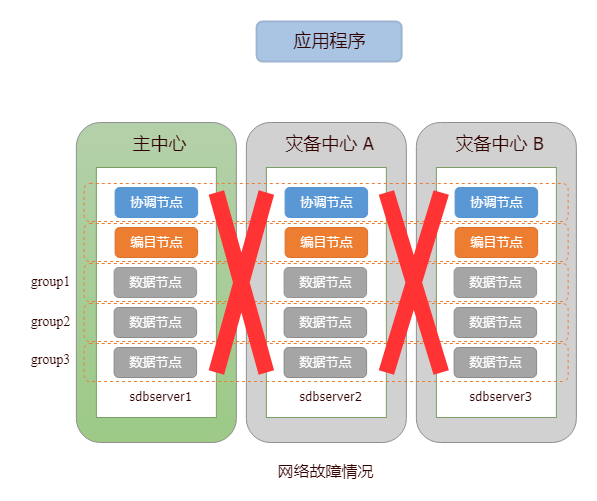
This is doc/src/images/Distributed_Engine/Maintainance/HA_DR/1c3d_network_down.png from Vivian-hihi/SequoiaDB, a draw.io export, as it was before one commit. Source tidied: cells renumbered, new cells last; positions are measured from the earlier drawing's top-left corner, leaving out a move shared by most shapes.
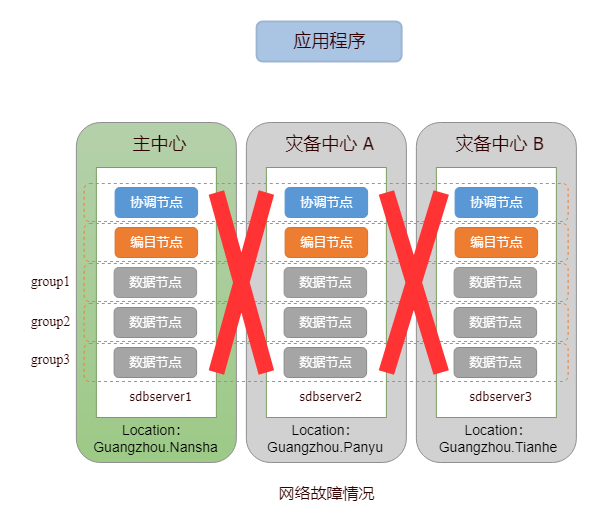
After the change.

What changed in the source:
```diff
@@ -3,7 +3,7 @@
     <mxCell id="0" />
     <mxCell id="1" parent="0" />
     <mxCell id="2" style="rounded=1;whiteSpace=wrap;html=1;strokeWidth=1;gradientDirection=south;strokeColor=#8F8F8F;fillColor=#B5D1AB;gradientColor=#9DCA87;" parent="1" vertex="1">
-      <mxGeometry x="55.9" y="101" width="160" height="320" as="geometry" />
+      <mxGeometry x="55.9" y="101" width="160" height="340" as="geometry" />
     </mxCell>
     <mxCell id="3" style="rounded=0;whiteSpace=wrap;html=1;strokeWidth=1;strokeColor=#7B9E65;" parent="1" vertex="1">
       <mxGeometry x="75.9" y="146" width="120" height="250" as="geometry" />
@@ -30,7 +30,7 @@
       <mxGeometry x="103.6" y="108" width="70" height="30" as="geometry" />
     </mxCell>
     <mxCell id="11" style="rounded=1;whiteSpace=wrap;html=1;strokeWidth=1;gradientDirection=south;fillColor=#D1D1D1;strokeColor=#8F8F8F;" parent="1" vertex="1">
-      <mxGeometry x="225.9" y="101" width="160" height="320" as="geometry" />
+      <mxGeometry x="225.9" y="101" width="160" height="340" as="geometry" />
     </mxCell>
     <mxCell id="12" style="rounded=0;whiteSpace=wrap;html=1;strokeWidth=1;strokeColor=#7B9E65;" parent="1" vertex="1">
       <mxGeometry x="245.9" y="146" width="120" height="250" as="geometry" />
@@ -57,7 +57,7 @@
       <mxGeometry x="258.6" y="108" width="100" height="30" as="geometry" />
     </mxCell>
     <mxCell id="20" style="rounded=1;whiteSpace=wrap;html=1;strokeWidth=1;gradientDirection=south;fillColor=#D1D1D1;strokeColor=#8F8F8F;" parent="1" vertex="1">
-      <mxGeometry x="395.9" y="101" width="160" height="320" as="geometry" />
+      <mxGeometry x="395.9" y="101" width="160" height="340" as="geometry" />
     </mxCell>
     <mxCell id="21" style="rounded=0;whiteSpace=wrap;html=1;strokeWidth=1;strokeColor=#7B9E65;" parent="1" vertex="1">
       <mxGeometry x="415.9" y="146" width="120" height="250" as="geometry" />
@@ -84,7 +84,7 @@
       <mxGeometry x="428.6" y="108" width="100" height="30" as="geometry" />
     </mxCell>
     <mxCell id="29" value="&lt;font color=&quot;#330000&quot;&gt;网络故障情况&lt;/font&gt;" style="text;html=1;align=center;verticalAlign=middle;fillColor=none;strokeColor=none;rounded=0;strokeWidth=1;fontSize=16;fontFamily=Tahoma;" parent="1" vertex="1">
-      <mxGeometry x="249.9" y="439" width="110" height="20" as="geometry" />
+      <mxGeometry x="250.9" y="461" width="110" height="20" as="geometry" />
     </mxCell>
     <mxCell id="30" value="&lt;font color=&quot;#330000&quot; style=&quot;font-size: 14px&quot;&gt;&lt;span style=&quot;font-size: 14px&quot;&gt;&lt;span style=&quot;font-size: 14px&quot;&gt;group1&lt;/span&gt;&lt;/span&gt;&lt;/font&gt;" style="text;html=1;align=center;verticalAlign=middle;fillColor=none;strokeColor=none;rounded=0;strokeWidth=1;fontSize=14;fontFamily=Times New Roman;fontStyle=0;" parent="1" vertex="1">
       <mxGeometry y="251" width="60" height="20" as="geometry" />
@@ -122,5 +122,14 @@
     <mxCell id="41" style="shape=umlDestroy;strokeWidth=16;gradientColor=none;fontSize=18;strokeColor=#FF3333;shadow=0;sketch=0;fillColor=none;" parent="1" vertex="1">
       <mxGeometry x="365.9" y="171" width="54.9" height="180" as="geometry" />
     </mxCell>
+    <mxCell id="42" value="&lt;font style=&quot;font-size: 14px&quot;&gt;Location：Guangzhou.Nansha&lt;/font&gt;" style="rounded=0;whiteSpace=wrap;html=1;fillColor=none;strokeColor=none;" parent="1" vertex="1">
+      <mxGeometry x="48.2" y="386" width="175.2" height="62.5" as="geometry" />
+    </mxCell>
+    <mxCell id="43" value="&lt;font style=&quot;font-size: 14px&quot;&gt;Location：Guangzhou.Panyu&lt;/font&gt;" style="rounded=0;whiteSpace=wrap;html=1;fillColor=none;strokeColor=none;" parent="1" vertex="1">
+      <mxGeometry x="221.7" y="387.2" width="166.2" height="60" as="geometry" />
+    </mxCell>
+    <mxCell id="44" value="&lt;font style=&quot;font-size: 14px&quot;&gt;Location：Guangzhou.Tianhe&lt;/font&gt;" style="rounded=0;whiteSpace=wrap;html=1;fillColor=none;strokeColor=none;" parent="1" vertex="1">
+      <mxGeometry x="395.5" y="387.2" width="166.2" height="60" as="geometry" />
+    </mxCell>
   </root>
 </mxGraphModel>
```
